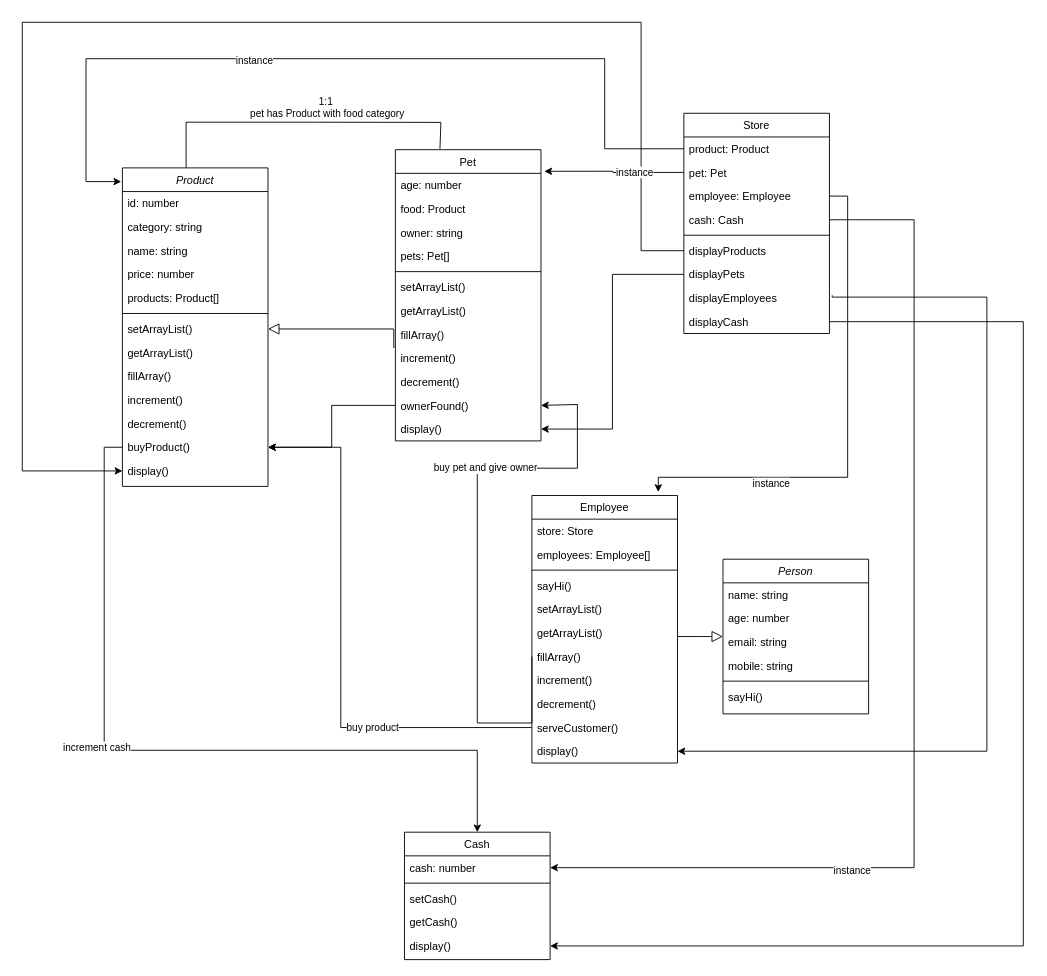
This is diagram/diagram.drawio from altynali/pet-store, a draw.io file, before an edit. Source tidied: cells renumbered, new cells numbered last; positions are measured from the earlier drawing's top-left corner, leaving out a move shared by most shapes. Both pictures are drawn from the tidied source at 91%, with x=0, y=0 at pixel (22, 22).
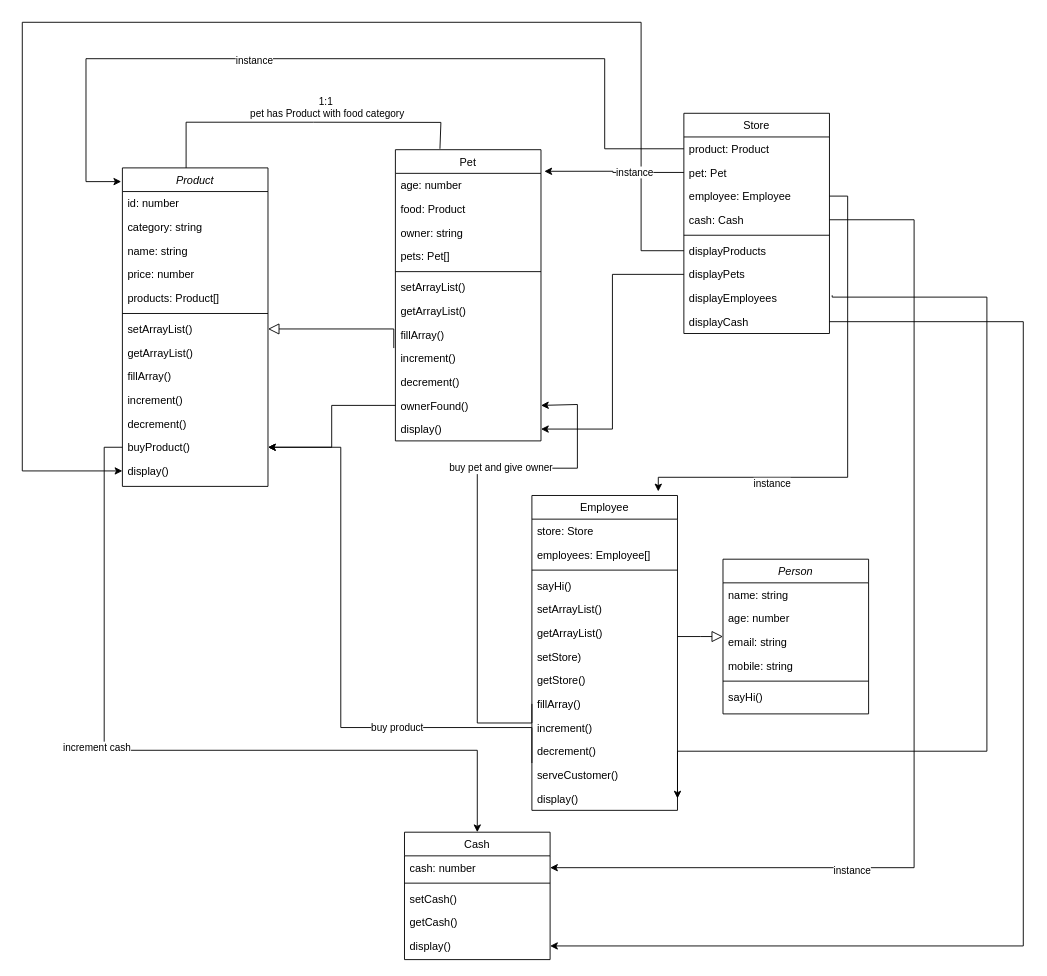
The same diagram, later.

Unchanged cells that the change refers to:
```xml
<mxCell id="50" value="buyProduct()" style="text;align=left;verticalAlign=top;spacingLeft=4;spacingRight=4;overflow=hidden;points=[[0,0.5],[1,0.5]];portConstraint=eastwest;" parent="38" vertex="1">
  <mxGeometry y="294" width="160" height="26" as="geometry" />
</mxCell>
```

The edit, as a diff of the source:
```diff
@@
     <mxCell id="9" value="Employee" style="swimlane;fontStyle=0;align=center;verticalAlign=top;horizontal=1;startSize=26;rounded=0;shadow=0;strokeWidth=1;" parent="1" vertex="1">
-      <mxGeometry x="560" y="520" width="160" height="294" as="geometry" />
+      <mxGeometry x="560" y="520" width="160" height="346" as="geometry" />
     </mxCell>
@@
+    <mxCell id="87" value="setStore)&#10;" style="text;align=left;verticalAlign=top;spacingLeft=4;spacingRight=4;overflow=hidden;" parent="9" vertex="1">
+      <mxGeometry y="164" width="160" height="26" as="geometry" />
+    </mxCell>
+    <mxCell id="88" value="getStore()&#10;" style="text;align=left;verticalAlign=top;spacingLeft=4;spacingRight=4;overflow=hidden;" parent="9" vertex="1">
+      <mxGeometry y="190" width="160" height="26" as="geometry" />
+    </mxCell>
     <mxCell id="16" value="fillArray()" style="text;align=left;verticalAlign=top;spacingLeft=4;spacingRight=4;overflow=hidden;points=[[0,0.5],[1,0.5]];portConstraint=eastwest;" parent="9" vertex="1">
-      <mxGeometry y="164" width="160" height="26" as="geometry" />
+      <mxGeometry y="216" width="160" height="26" as="geometry" />
     </mxCell>
     <mxCell id="17" value="increment()&#10;" style="text;align=left;verticalAlign=top;spacingLeft=4;spacingRight=4;overflow=hidden;" parent="9" vertex="1">
-      <mxGeometry y="190" width="160" height="26" as="geometry" />
+      <mxGeometry y="242" width="160" height="26" as="geometry" />
     </mxCell>
     <mxCell id="18" value="decrement()&#10;" style="text;align=left;verticalAlign=top;spacingLeft=4;spacingRight=4;overflow=hidden;" parent="9" vertex="1">
-      <mxGeometry y="216" width="160" height="26" as="geometry" />
+      <mxGeometry y="268" width="160" height="26" as="geometry" />
     </mxCell>
     <mxCell id="19" value="serveCustomer()" style="text;align=left;verticalAlign=top;spacingLeft=4;spacingRight=4;overflow=hidden;points=[[0,0.5],[1,0.5]];portConstraint=eastwest;" parent="9" vertex="1">
-      <mxGeometry y="242" width="160" height="26" as="geometry" />
+      <mxGeometry y="294" width="160" height="26" as="geometry" />
     </mxCell>
     <mxCell id="20" value="display()" style="text;align=left;verticalAlign=top;spacingLeft=4;spacingRight=4;overflow=hidden;points=[[0,0.5],[1,0.5]];portConstraint=eastwest;" parent="9" vertex="1">
-      <mxGeometry y="268" width="160" height="26" as="geometry" />
+      <mxGeometry y="320" width="160" height="26" as="geometry" />
     </mxCell>
@@
     <mxCell id="73" style="edgeStyle=orthogonalEdgeStyle;rounded=0;jettySize=auto;html=1;entryX=1;entryY=0.5;entryDx=0;entryDy=0;" parent="1" edge="1" source="19" target="50">
       <mxGeometry relative="1" as="geometry">
         <Array as="points">
+          <mxPoint x="560" y="775" />
           <mxPoint x="350" y="775" />
           <mxPoint x="350" y="467" />
         </Array>
       </mxGeometry>
     </mxCell>
```
